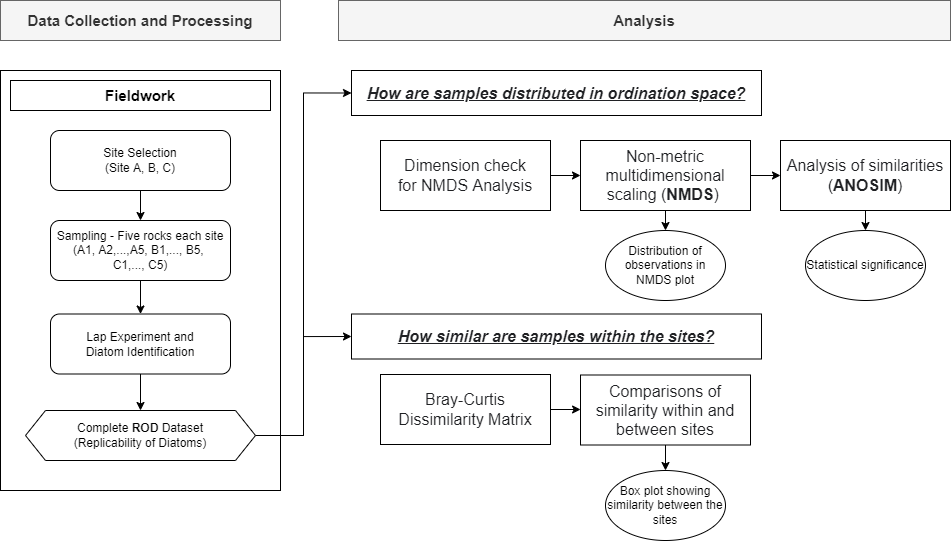
Above: Chapter4_Flowchart.png in muyeoljung/PhD_Studyarea (draw.io), before the change. Source tidied: cells renumbered, new cells last; positions are measured from the earlier drawing's top-left corner, leaving out a move shared by most shapes.
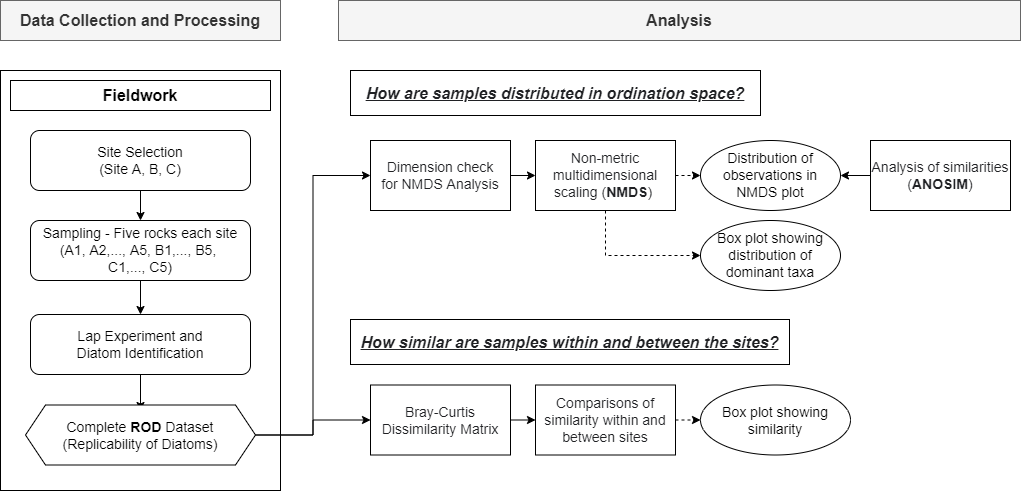
Above is the later version.

What changed in the source:
```diff
@@ -5,91 +5,91 @@
     <mxCell id="2" style="rounded=0;whiteSpace=wrap;html=1;" parent="1" vertex="1">
       <mxGeometry y="70" width="280" height="420" as="geometry" />
     </mxCell>
-    <mxCell id="3" value="&lt;font style=&quot;font-size: 15px&quot;&gt;&lt;b&gt;Fieldwork&lt;/b&gt;&lt;/font&gt;" style="rounded=0;whiteSpace=wrap;html=1;" parent="1" vertex="1">
+    <mxCell id="3" value="&lt;font size=&quot;1&quot;&gt;&lt;b style=&quot;font-size: 16px&quot;&gt;Fieldwork&lt;/b&gt;&lt;/font&gt;" style="rounded=0;whiteSpace=wrap;html=1;" parent="1" vertex="1">
       <mxGeometry x="10" y="80" width="260" height="30" as="geometry" />
     </mxCell>
     <mxCell id="4" style="edgeStyle=orthogonalEdgeStyle;rounded=0;jettySize=auto;html=1;exitX=0.5;exitY=1;exitDx=0;exitDy=0;entryX=0.5;entryY=0;entryDx=0;entryDy=0;" parent="1" edge="1" source="5" target="7">
       <mxGeometry relative="1" as="geometry" />
     </mxCell>
-    <mxCell id="5" value="Site Selection&lt;br&gt;(Site A, B, C)" style="rounded=1;whiteSpace=wrap;html=1;" parent="1" vertex="1">
-      <mxGeometry x="50" y="130" width="180" height="60" as="geometry" />
+    <mxCell id="5" value="&lt;font style=&quot;font-size: 14px&quot;&gt;Site Selection&lt;br&gt;(Site A, B, C)&lt;/font&gt;" style="rounded=1;whiteSpace=wrap;html=1;" parent="1" vertex="1">
+      <mxGeometry x="30" y="130" width="220" height="60" as="geometry" />
     </mxCell>
     <mxCell id="6" style="edgeStyle=orthogonalEdgeStyle;rounded=0;jettySize=auto;html=1;exitX=0.5;exitY=1;exitDx=0;exitDy=0;entryX=0.5;entryY=0;entryDx=0;entryDy=0;" parent="1" edge="1" source="7" target="9">
       <mxGeometry relative="1" as="geometry" />
     </mxCell>
-    <mxCell id="7" value="Sampling -&amp;nbsp;Five rocks each site&lt;br&gt;(A1, A2,...,A5, B1,..., B5, &lt;br&gt;C1,..., C5)" style="rounded=1;whiteSpace=wrap;html=1;" parent="1" vertex="1">
-      <mxGeometry x="50" y="220" width="180" height="60" as="geometry" />
+    <mxCell id="7" value="&lt;font style=&quot;font-size: 14px&quot;&gt;Sampling -&amp;nbsp;Five rocks each site&lt;br&gt;(A1, A2,..., A5, B1,..., B5, &lt;br&gt;C1,..., C5)&lt;/font&gt;" style="rounded=1;whiteSpace=wrap;html=1;" parent="1" vertex="1">
+      <mxGeometry x="30" y="220" width="220" height="60" as="geometry" />
     </mxCell>
     <mxCell id="8" style="edgeStyle=orthogonalEdgeStyle;rounded=0;jettySize=auto;html=1;exitX=0.5;exitY=1;exitDx=0;exitDy=0;entryX=0.5;entryY=0;entryDx=0;entryDy=0;" parent="1" edge="1" source="9">
       <mxGeometry relative="1" as="geometry">
         <mxPoint x="140" y="410" as="targetPoint" />
       </mxGeometry>
     </mxCell>
-    <mxCell id="9" value="Lap Experiment and&lt;br&gt;Diatom Identification" style="rounded=1;whiteSpace=wrap;html=1;" parent="1" vertex="1">
-      <mxGeometry x="50" y="313.5" width="180" height="60" as="geometry" />
+    <mxCell id="9" value="&lt;font style=&quot;font-size: 14px&quot;&gt;Lap Experiment and&lt;br&gt;Diatom Identification&lt;/font&gt;" style="rounded=1;whiteSpace=wrap;html=1;" parent="1" vertex="1">
+      <mxGeometry x="30" y="314" width="220" height="60" as="geometry" />
     </mxCell>
-    <mxCell id="10" value="&lt;font style=&quot;font-size: 15px&quot;&gt;&lt;span&gt;Analysis&lt;/span&gt;&lt;/font&gt;" style="rounded=0;whiteSpace=wrap;html=1;fillColor=#f5f5f5;strokeColor=#666666;fontColor=#333333;fontStyle=1;" parent="1" vertex="1">
-      <mxGeometry x="338" width="612" height="40" as="geometry" />
+    <mxCell id="10" value="&lt;font style=&quot;font-size: 16px&quot;&gt;Analysis&lt;/font&gt;" style="rounded=0;whiteSpace=wrap;html=1;fillColor=#f5f5f5;strokeColor=#666666;fontColor=#333333;fontStyle=1;" parent="1" vertex="1">
+      <mxGeometry x="338" width="682" height="40" as="geometry" />
     </mxCell>
-    <mxCell id="11" style="edgeStyle=orthogonalEdgeStyle;rounded=0;jettySize=auto;html=1;exitX=1;exitY=0.5;exitDx=0;exitDy=0;entryX=0;entryY=0.5;entryDx=0;entryDy=0;" parent="1" edge="1" source="13" target="15">
-      <mxGeometry relative="1" as="geometry" />
-    </mxCell>
-    <mxCell id="12" style="edgeStyle=orthogonalEdgeStyle;rounded=0;jettySize=auto;html=1;exitX=0.5;exitY=1;exitDx=0;exitDy=0;entryX=0.5;entryY=0;entryDx=0;entryDy=0;" parent="1" edge="1" source="13" target="28">
+    <mxCell id="12" style="edgeStyle=orthogonalEdgeStyle;rounded=0;jettySize=auto;html=1;exitX=1;exitY=0.5;exitDx=0;exitDy=0;entryX=0;entryY=0.5;entryDx=0;entryDy=0;dashed=1;" parent="1" edge="1" source="13" target="28">
       <mxGeometry relative="1" as="geometry" />
     </mxCell>
+    <mxCell id="31" style="edgeStyle=orthogonalEdgeStyle;rounded=0;jettySize=auto;html=1;exitX=0.5;exitY=1;exitDx=0;exitDy=0;entryX=0;entryY=0.5;entryDx=0;entryDy=0;dashed=1;fontSize=14;" parent="1" edge="1" source="13" target="32">
+      <mxGeometry relative="1" as="geometry" />
+    </mxCell>
-    <mxCell id="13" value="&lt;span style=&quot;color: rgb(32 , 33 , 36) ; font-family: &amp;#34;apple sd gothic neo&amp;#34; , &amp;#34;arial&amp;#34; , sans-serif ; font-size: 16px ; text-align: left ; background-color: rgb(255 , 255 , 255)&quot;&gt;Non-metric multidimensional scaling (&lt;/span&gt;&lt;b style=&quot;color: rgb(32 , 33 , 36) ; font-family: &amp;#34;apple sd gothic neo&amp;#34; , &amp;#34;arial&amp;#34; , sans-serif ; font-size: 16px ; text-align: left ; background-color: rgb(255 , 255 , 255)&quot;&gt;NMDS&lt;/b&gt;&lt;span style=&quot;color: rgb(32 , 33 , 36) ; font-family: &amp;#34;apple sd gothic neo&amp;#34; , &amp;#34;arial&amp;#34; , sans-serif ; font-size: 16px ; text-align: left ; background-color: rgb(255 , 255 , 255)&quot;&gt;)&amp;nbsp;&lt;/span&gt;" style="rounded=0;whiteSpace=wrap;html=1;" parent="1" vertex="1">
-      <mxGeometry x="580" y="140" width="170" height="70" as="geometry" />
+    <mxCell id="13" value="&lt;font style=&quot;font-size: 14px&quot;&gt;&lt;span style=&quot;color: rgb(32 , 33 , 36) ; font-family: &amp;#34;apple sd gothic neo&amp;#34; , &amp;#34;arial&amp;#34; , sans-serif ; text-align: left ; background-color: rgb(255 , 255 , 255)&quot;&gt;Non-metric multidimensional scaling (&lt;/span&gt;&lt;b style=&quot;color: rgb(32 , 33 , 36) ; font-family: &amp;#34;apple sd gothic neo&amp;#34; , &amp;#34;arial&amp;#34; , sans-serif ; text-align: left ; background-color: rgb(255 , 255 , 255)&quot;&gt;NMDS&lt;/b&gt;&lt;span style=&quot;color: rgb(32 , 33 , 36) ; font-family: &amp;#34;apple sd gothic neo&amp;#34; , &amp;#34;arial&amp;#34; , sans-serif ; text-align: left ; background-color: rgb(255 , 255 , 255)&quot;&gt;)&amp;nbsp;&lt;/span&gt;&lt;/font&gt;" style="rounded=0;whiteSpace=wrap;html=1;" parent="1" vertex="1">
+      <mxGeometry x="535" y="140" width="140" height="70" as="geometry" />
     </mxCell>
-    <mxCell id="14" style="edgeStyle=orthogonalEdgeStyle;rounded=0;jettySize=auto;html=1;exitX=0.5;exitY=1;exitDx=0;exitDy=0;entryX=0.5;entryY=0;entryDx=0;entryDy=0;" parent="1" edge="1" source="15" target="29">
+    <mxCell id="14" style="edgeStyle=orthogonalEdgeStyle;rounded=0;jettySize=auto;html=1;exitX=0;exitY=0.5;exitDx=0;exitDy=0;entryX=1;entryY=0.5;entryDx=0;entryDy=0;" parent="1" edge="1" source="15" target="28">
       <mxGeometry relative="1" as="geometry" />
     </mxCell>
-    <mxCell id="15" value="&lt;span style=&quot;color: rgb(32 , 33 , 36) ; font-family: &amp;#34;apple sd gothic neo&amp;#34; , &amp;#34;arial&amp;#34; , sans-serif ; font-size: 16px ; text-align: left ; background-color: rgb(255 , 255 , 255)&quot;&gt;Analysis of similarities (&lt;/span&gt;&lt;b style=&quot;color: rgb(32 , 33 , 36) ; font-family: &amp;#34;apple sd gothic neo&amp;#34; , &amp;#34;arial&amp;#34; , sans-serif ; font-size: 16px ; text-align: left ; background-color: rgb(255 , 255 , 255)&quot;&gt;ANOSIM&lt;/b&gt;&lt;span style=&quot;color: rgb(32 , 33 , 36) ; font-family: &amp;#34;apple sd gothic neo&amp;#34; , &amp;#34;arial&amp;#34; , sans-serif ; font-size: 16px ; text-align: left ; background-color: rgb(255 , 255 , 255)&quot;&gt;)&lt;/span&gt;" style="rounded=0;whiteSpace=wrap;html=1;" parent="1" vertex="1">
-      <mxGeometry x="780" y="140" width="170" height="70" as="geometry" />
+    <mxCell id="15" value="&lt;font style=&quot;font-size: 14px&quot;&gt;&lt;span style=&quot;color: rgb(32 , 33 , 36) ; font-family: &amp;#34;apple sd gothic neo&amp;#34; , &amp;#34;arial&amp;#34; , sans-serif ; text-align: left ; background-color: rgb(255 , 255 , 255)&quot;&gt;Analysis of similarities (&lt;/span&gt;&lt;b style=&quot;color: rgb(32 , 33 , 36) ; font-family: &amp;#34;apple sd gothic neo&amp;#34; , &amp;#34;arial&amp;#34; , sans-serif ; text-align: left ; background-color: rgb(255 , 255 , 255)&quot;&gt;ANOSIM&lt;/b&gt;&lt;span style=&quot;color: rgb(32 , 33 , 36) ; font-family: &amp;#34;apple sd gothic neo&amp;#34; , &amp;#34;arial&amp;#34; , sans-serif ; text-align: left ; background-color: rgb(255 , 255 , 255)&quot;&gt;)&lt;/span&gt;&lt;/font&gt;" style="rounded=0;whiteSpace=wrap;html=1;" parent="1" vertex="1">
+      <mxGeometry x="870" y="140" width="140" height="70" as="geometry" />
     </mxCell>
-    <mxCell id="16" value="&lt;font style=&quot;font-size: 15px&quot;&gt;&lt;span&gt;Data Collection and Processing&lt;/span&gt;&lt;/font&gt;" style="rounded=0;whiteSpace=wrap;html=1;fillColor=#f5f5f5;strokeColor=#666666;fontColor=#333333;fontStyle=1;" parent="1" vertex="1">
+    <mxCell id="16" value="&lt;font style=&quot;font-size: 16px&quot;&gt;Data Collection and Processing&lt;/font&gt;" style="rounded=0;whiteSpace=wrap;html=1;fillColor=#f5f5f5;strokeColor=#666666;fontColor=#333333;fontStyle=1;" parent="1" vertex="1">
       <mxGeometry width="280" height="40" as="geometry" />
     </mxCell>
-    <mxCell id="17" style="edgeStyle=orthogonalEdgeStyle;rounded=0;jettySize=auto;html=1;exitX=1;exitY=0.5;exitDx=0;exitDy=0;entryX=0;entryY=0.5;entryDx=0;entryDy=0;" parent="1" edge="1" source="19" target="24">
+    <mxCell id="17" style="edgeStyle=orthogonalEdgeStyle;rounded=0;jettySize=auto;html=1;exitX=1;exitY=0.5;exitDx=0;exitDy=0;entryX=0;entryY=0.5;entryDx=0;entryDy=0;" parent="1" edge="1" source="19" target="21">
       <mxGeometry relative="1" as="geometry" />
     </mxCell>
-    <mxCell id="18" style="edgeStyle=orthogonalEdgeStyle;rounded=0;jettySize=auto;html=1;exitX=1;exitY=0.5;exitDx=0;exitDy=0;entryX=0;entryY=0.5;entryDx=0;entryDy=0;" parent="1" edge="1" source="19" target="25">
+    <mxCell id="18" style="edgeStyle=orthogonalEdgeStyle;rounded=0;jettySize=auto;html=1;exitX=1;exitY=0.5;exitDx=0;exitDy=0;entryX=0;entryY=0.5;entryDx=0;entryDy=0;" parent="1" edge="1" source="19" target="27">
       <mxGeometry relative="1" as="geometry" />
     </mxCell>
-    <mxCell id="19" value="Complete &lt;b&gt;ROD&lt;/b&gt;&amp;nbsp;Dataset&lt;br&gt;(Replicability of Diatoms)" style="shape=hexagon;perimeter=hexagonPerimeter2;whiteSpace=wrap;html=1;fixedSize=1;" parent="1" vertex="1">
-      <mxGeometry x="25" y="410" width="230" height="50" as="geometry" />
+    <mxCell id="19" value="&lt;font style=&quot;font-size: 14px&quot;&gt;Complete &lt;b&gt;ROD&lt;/b&gt;&amp;nbsp;Dataset&lt;br&gt;(Replicability of Diatoms)&lt;/font&gt;" style="shape=hexagon;perimeter=hexagonPerimeter2;whiteSpace=wrap;html=1;fixedSize=1;" parent="1" vertex="1">
+      <mxGeometry x="25" y="404.5" width="230" height="60" as="geometry" />
     </mxCell>
     <mxCell id="20" style="edgeStyle=orthogonalEdgeStyle;rounded=0;jettySize=auto;html=1;exitX=1;exitY=0.5;exitDx=0;exitDy=0;entryX=0;entryY=0.5;entryDx=0;entryDy=0;" parent="1" edge="1" source="21" target="13">
       <mxGeometry relative="1" as="geometry" />
     </mxCell>
-    <mxCell id="21" value="&lt;div&gt;&lt;span style=&quot;background-color: rgb(255 , 255 , 255) ; font-size: 16px ; color: rgb(32 , 33 , 36) ; font-family: &amp;#34;apple sd gothic neo&amp;#34; , &amp;#34;arial&amp;#34; , sans-serif&quot;&gt;Dimension check&lt;br&gt;for NMDS Analysis&lt;/span&gt;&lt;br&gt;&lt;/div&gt;" style="rounded=0;whiteSpace=wrap;html=1;" parent="1" vertex="1">
-      <mxGeometry x="380" y="140" width="170" height="70" as="geometry" />
+    <mxCell id="21" value="&lt;div style=&quot;font-size: 14px&quot;&gt;&lt;span style=&quot;background-color: rgb(255 , 255 , 255) ; color: rgb(32 , 33 , 36) ; font-family: &amp;#34;apple sd gothic neo&amp;#34; , &amp;#34;arial&amp;#34; , sans-serif&quot;&gt;Dimension check&lt;br&gt;for NMDS Analysis&lt;/span&gt;&lt;br&gt;&lt;/div&gt;" style="rounded=0;whiteSpace=wrap;html=1;" parent="1" vertex="1">
+      <mxGeometry x="370" y="140" width="140" height="70" as="geometry" />
     </mxCell>
-    <mxCell id="22" style="edgeStyle=orthogonalEdgeStyle;rounded=0;jettySize=auto;html=1;exitX=0.5;exitY=1;exitDx=0;exitDy=0;entryX=0.5;entryY=0;entryDx=0;entryDy=0;" parent="1" edge="1" source="23" target="30">
+    <mxCell id="22" style="edgeStyle=orthogonalEdgeStyle;rounded=0;jettySize=auto;html=1;exitX=1;exitY=0.5;exitDx=0;exitDy=0;entryX=0;entryY=0.5;entryDx=0;entryDy=0;dashed=1;" parent="1" edge="1" source="23" target="30">
       <mxGeometry relative="1" as="geometry" />
     </mxCell>
-    <mxCell id="23" value="&lt;div&gt;&lt;font color=&quot;#202124&quot; face=&quot;apple sd gothic neo, arial, sans-serif&quot;&gt;&lt;span style=&quot;font-size: 16px ; background-color: rgb(255 , 255 , 255)&quot;&gt;Comparisons of similarity within and between sites&lt;/span&gt;&lt;/font&gt;&lt;/div&gt;" style="rounded=0;whiteSpace=wrap;html=1;align=center;" parent="1" vertex="1">
-      <mxGeometry x="580" y="374.5" width="170" height="70" as="geometry" />
+    <mxCell id="23" value="&lt;div&gt;&lt;font color=&quot;#202124&quot; face=&quot;apple sd gothic neo, arial, sans-serif&quot; size=&quot;1&quot;&gt;&lt;span style=&quot;background-color: rgb(255 , 255 , 255) ; font-size: 14px&quot;&gt;Comparisons of similarity within and between sites&lt;/span&gt;&lt;/font&gt;&lt;/div&gt;" style="rounded=0;whiteSpace=wrap;html=1;align=center;" parent="1" vertex="1">
+      <mxGeometry x="535" y="384.5" width="140" height="70" as="geometry" />
     </mxCell>
     <mxCell id="24" value="&lt;div&gt;&lt;font color=&quot;#202124&quot; face=&quot;apple sd gothic neo, arial, sans-serif&quot;&gt;&lt;span style=&quot;font-size: 16px ; background-color: rgb(255 , 255 , 255)&quot;&gt;How are samples distributed in ordination space?&lt;/span&gt;&lt;/font&gt;&lt;/div&gt;" style="rounded=0;whiteSpace=wrap;html=1;align=center;fontStyle=7;" parent="1" vertex="1">
-      <mxGeometry x="351" y="70" width="410" height="45" as="geometry" />
+      <mxGeometry x="350" y="70" width="410" height="45" as="geometry" />
     </mxCell>
-    <mxCell id="25" value="&lt;div&gt;&lt;font color=&quot;#202124&quot; face=&quot;apple sd gothic neo, arial, sans-serif&quot;&gt;&lt;span style=&quot;font-size: 16px ; background-color: rgb(255 , 255 , 255)&quot;&gt;How similar are samples within the sites?&lt;/span&gt;&lt;/font&gt;&lt;/div&gt;" style="rounded=0;whiteSpace=wrap;html=1;align=center;fontStyle=7;" parent="1" vertex="1">
-      <mxGeometry x="351" y="313.5" width="410" height="45" as="geometry" />
+    <mxCell id="25" value="&lt;div&gt;&lt;font color=&quot;#202124&quot; face=&quot;apple sd gothic neo, arial, sans-serif&quot;&gt;&lt;span style=&quot;font-size: 16px ; background-color: rgb(255 , 255 , 255)&quot;&gt;How similar are samples within and between the sites?&lt;/span&gt;&lt;/font&gt;&lt;/div&gt;" style="rounded=0;whiteSpace=wrap;html=1;align=center;fontStyle=7;" parent="1" vertex="1">
+      <mxGeometry x="350" y="319" width="439" height="45" as="geometry" />
     </mxCell>
     <mxCell id="26" style="edgeStyle=orthogonalEdgeStyle;rounded=0;jettySize=auto;html=1;exitX=1;exitY=0.5;exitDx=0;exitDy=0;entryX=0;entryY=0.5;entryDx=0;entryDy=0;" parent="1" edge="1" source="27" target="23">
       <mxGeometry relative="1" as="geometry" />
     </mxCell>
-    <mxCell id="27" value="&lt;div style=&quot;&quot;&gt;&lt;span style=&quot;background-color: rgb(255 , 255 , 255) ; font-size: 16px ; color: rgb(32 , 33 , 36) ; font-family: &amp;quot;apple sd gothic neo&amp;quot; , &amp;quot;arial&amp;quot; , sans-serif&quot;&gt;Bray-Curtis Dissimilarity Matrix&lt;/span&gt;&lt;br&gt;&lt;/div&gt;" style="rounded=0;whiteSpace=wrap;html=1;align=center;" parent="1" vertex="1">
-      <mxGeometry x="380" y="374" width="170" height="70" as="geometry" />
+    <mxCell id="27" value="&lt;div&gt;&lt;span style=&quot;background-color: rgb(255 , 255 , 255) ; color: rgb(32 , 33 , 36) ; font-family: &amp;#34;apple sd gothic neo&amp;#34; , &amp;#34;arial&amp;#34; , sans-serif&quot;&gt;&lt;font style=&quot;font-size: 14px&quot;&gt;Bray-Curtis Dissimilarity Matrix&lt;/font&gt;&lt;/span&gt;&lt;br&gt;&lt;/div&gt;" style="rounded=0;whiteSpace=wrap;html=1;align=center;" parent="1" vertex="1">
+      <mxGeometry x="370" y="384.5" width="140" height="70" as="geometry" />
     </mxCell>
-    <mxCell id="28" value="Distribution of observations in NMDS plot" style="ellipse;whiteSpace=wrap;html=1;" parent="1" vertex="1">
-      <mxGeometry x="605" y="230" width="120" height="70" as="geometry" />
+    <mxCell id="28" value="&lt;font style=&quot;font-size: 14px&quot;&gt;Distribution of observations in NMDS plot&lt;/font&gt;" style="ellipse;whiteSpace=wrap;html=1;" parent="1" vertex="1">
+      <mxGeometry x="700" y="140" width="140" height="70" as="geometry" />
     </mxCell>
-    <mxCell id="29" value="Statistical significance" style="ellipse;whiteSpace=wrap;html=1;" parent="1" vertex="1">
-      <mxGeometry x="805" y="230" width="120" height="70" as="geometry" />
-    </mxCell>
-    <mxCell id="30" value="Box plot showing similarity between the sites" style="ellipse;whiteSpace=wrap;html=1;" parent="1" vertex="1">
-      <mxGeometry x="605" y="470" width="120" height="70" as="geometry" />
+    <mxCell id="30" value="&lt;font style=&quot;font-size: 14px&quot;&gt;Box plot showing similarity&lt;/font&gt;" style="ellipse;whiteSpace=wrap;html=1;" parent="1" vertex="1">
+      <mxGeometry x="700" y="384.5" width="150" height="70" as="geometry" />
     </mxCell>
+    <mxCell id="32" value="&lt;font style=&quot;font-size: 14px&quot;&gt;Box plot showing distribution of dominant taxa&lt;/font&gt;" style="ellipse;whiteSpace=wrap;html=1;" parent="1" vertex="1">
+      <mxGeometry x="700" y="220" width="140" height="70" as="geometry" />
+    </mxCell>
   </root>
 </mxGraphModel>
```
